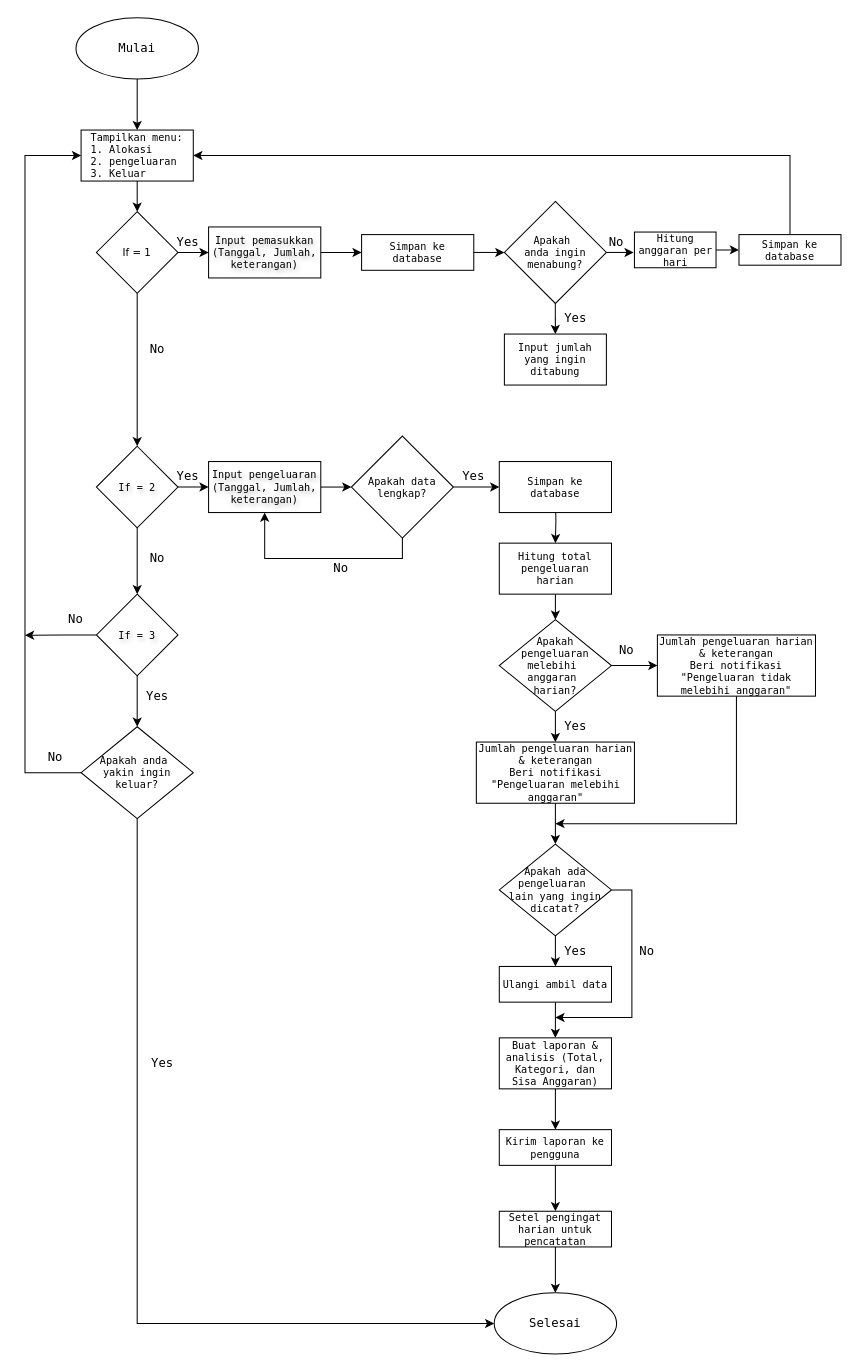
This is Flowchart Sistem Pengeluaran Harian.drawio from rinkaamelia/Kelompok-5-Sistem-Pencatat-Pengeluaran-Harian, a draw.io file, before an edit. Source tidied: cells renumbered, new cells numbered last; positions are measured from the earlier drawing's top-left corner, leaving out a move shared by most shapes. Both pictures are drawn from the tidied source at 102%, with x=0, y=0 at pixel (24, 17).
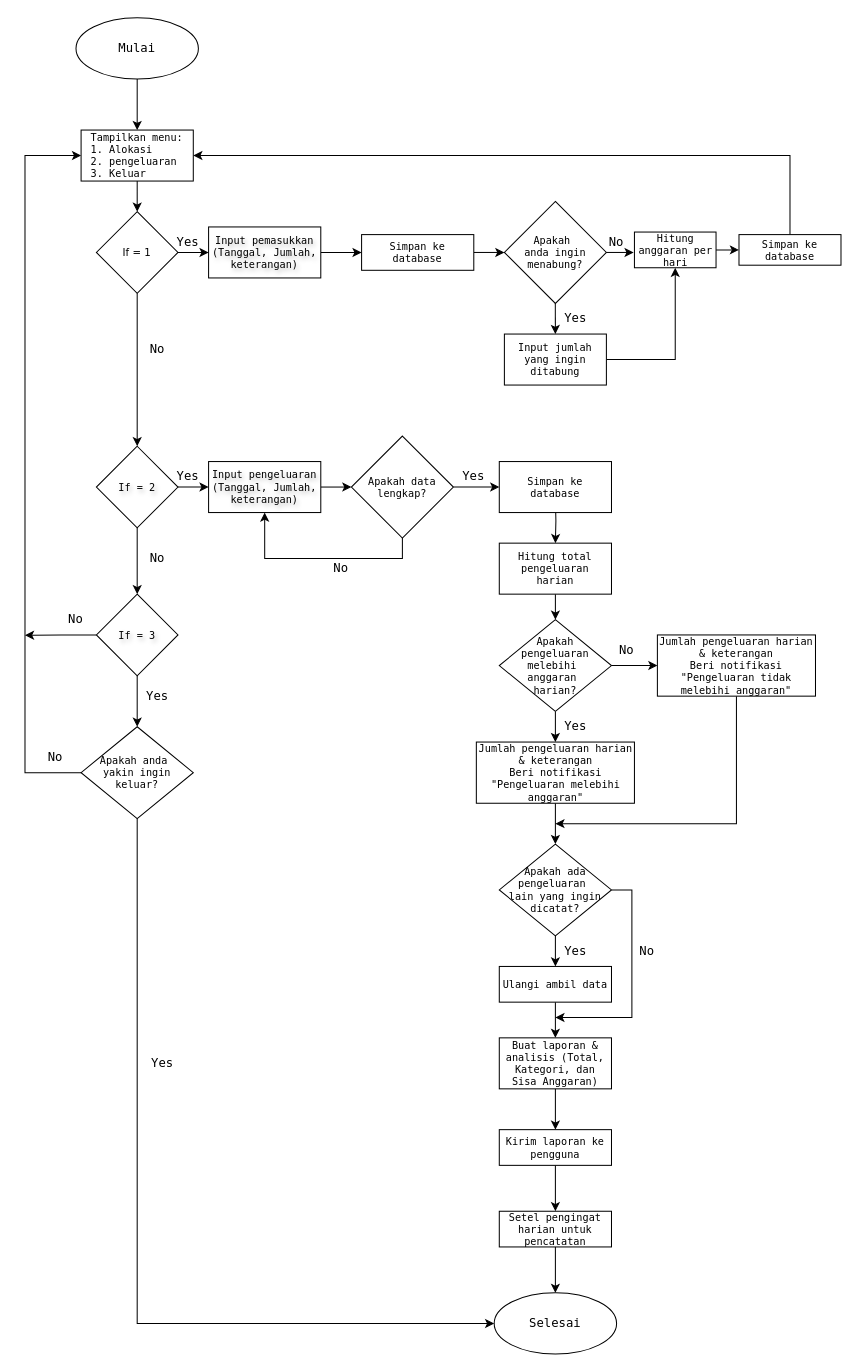
The same page after the edit.

The change refers to these unchanged cells:
```xml
<mxCell id="15" value="Input jumlah yang ingin ditabung" style="rounded=0;whiteSpace=wrap;html=1;fontFamily=Lucida Console;fontSize=10;" parent="1" vertex="1">
  <mxGeometry x="470" y="310" width="100" height="50" as="geometry" />
</mxCell>
<mxCell id="17" value="Hitung anggaran per hari" style="rounded=0;whiteSpace=wrap;html=1;fontFamily=Lucida Console;fontSize=10;" parent="1" vertex="1">
  <mxGeometry x="597.5" y="210" width="80" height="35" as="geometry" />
</mxCell>
```

Change to the diagram source:
```diff
@@
+    <mxCell id="74" style="edgeStyle=orthogonalEdgeStyle;rounded=0;jettySize=auto;html=1;exitX=1;exitY=0.5;exitDx=0;exitDy=0;entryX=0.5;entryY=1;entryDx=0;entryDy=0;" parent="1" edge="1" source="15" target="17">
+      <mxGeometry relative="1" as="geometry" />
+    </mxCell>
```
